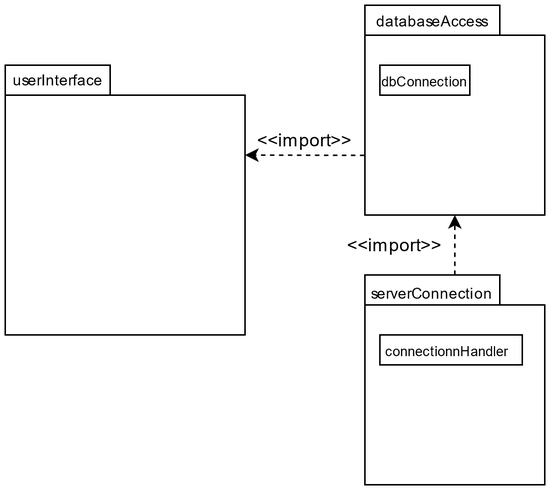
Lernni/E2-Anwesenheitserfassung-fuer-Modellflugplatz keeps this draw.io diagram as docs/architecture/images/Package_Diagram/package_diagram_terminal.png. Above is the earlier version. Source tidied: cells renumbered, new cells last; positions are measured from the earlier drawing's top-left corner, leaving out a move shared by most shapes.
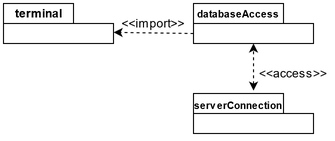
After the commit.

Commit message:
Paketdiagramm Terminal

Diff of the diagram source:
```diff
@@ -3,61 +3,49 @@
     <mxCell id="0" />
     <mxCell id="1" parent="0" />
     <mxCell id="2" style="rounded=0;whiteSpace=wrap;html=1;" parent="1" vertex="1">
-      <mxGeometry y="40" width="70" height="20" as="geometry" />
+      <mxGeometry x="50" y="40" width="70" height="20" as="geometry" />
     </mxCell>
-    <mxCell id="3" value="&lt;div style=&quot;font-size: 10px&quot;&gt;&lt;font style=&quot;font-size: 10px&quot;&gt;userInterface&lt;/font&gt;&lt;/div&gt;" style="text;html=1;strokeColor=none;fillColor=none;align=center;verticalAlign=middle;whiteSpace=wrap;rounded=0;" parent="1" vertex="1">
-      <mxGeometry x="7.5" y="40" width="55" height="20" as="geometry" />
+    <mxCell id="3" value="&lt;div&gt;terminal&lt;/div&gt;" style="text;html=1;strokeColor=none;fillColor=none;align=center;verticalAlign=middle;whiteSpace=wrap;rounded=0;fontStyle=1;" parent="1" vertex="1">
+      <mxGeometry x="57.5" y="40" width="55" height="20" as="geometry" />
     </mxCell>
-    <mxCell id="4" style="whiteSpace=wrap;html=1;" parent="1" vertex="1">
-      <mxGeometry x="240" y="20" width="120" height="120" as="geometry" />
-    </mxCell>
     <mxCell id="5" style="rounded=0;whiteSpace=wrap;html=1;" parent="1" vertex="1">
-      <mxGeometry x="240" width="90" height="20" as="geometry" />
+      <mxGeometry x="240" y="40" width="90" height="20" as="geometry" />
     </mxCell>
-    <mxCell id="6" style="whiteSpace=wrap;html=1;" parent="1" vertex="1">
-      <mxGeometry x="240" y="200" width="120" height="120" as="geometry" />
-    </mxCell>
     <mxCell id="7" style="rounded=0;whiteSpace=wrap;html=1;" parent="1" vertex="1">
-      <mxGeometry x="240" y="180" width="90" height="20" as="geometry" />
+      <mxGeometry x="240" y="130" width="90" height="20" as="geometry" />
     </mxCell>
-    <mxCell id="8" value="&lt;font style=&quot;font-size: 10px&quot;&gt;databaseAccess&lt;/font&gt;" style="text;html=1;strokeColor=none;fillColor=none;align=center;verticalAlign=middle;whiteSpace=wrap;rounded=0;" parent="1" vertex="1">
-      <mxGeometry x="265" width="40" height="20" as="geometry" />
+    <mxCell id="8" value="&lt;font style=&quot;font-size: 10px&quot;&gt;databaseAccess&lt;/font&gt;" style="text;html=1;strokeColor=none;fillColor=none;align=center;verticalAlign=middle;whiteSpace=wrap;rounded=0;fontStyle=1;" parent="1" vertex="1">
+      <mxGeometry x="265" y="40" width="40" height="20" as="geometry" />
     </mxCell>
-    <mxCell id="9" style="rounded=0;whiteSpace=wrap;html=1;" parent="1" vertex="1">
-      <mxGeometry x="250" y="40" width="60" height="20" as="geometry" />
-    </mxCell>
-    <mxCell id="10" value="&lt;font style=&quot;font-size: 9px&quot;&gt;dbConnection&lt;/font&gt;" style="text;html=1;strokeColor=none;fillColor=none;align=center;verticalAlign=middle;whiteSpace=wrap;rounded=0;" parent="1" vertex="1">
-      <mxGeometry x="220" y="40" width="120" height="20" as="geometry" />
-    </mxCell>
-    <mxCell id="11" value="&lt;div&gt;&lt;font style=&quot;font-size: 12px&quot;&gt;&lt;br&gt;&lt;/font&gt;&lt;/div&gt;&lt;div style=&quot;font-size: 10px&quot;&gt;&lt;font style=&quot;font-size: 10px&quot;&gt;serverConnection&lt;br&gt;&lt;/font&gt;&lt;/div&gt;" style="text;html=1;strokeColor=none;fillColor=none;align=center;verticalAlign=middle;whiteSpace=wrap;rounded=0;" parent="1" vertex="1">
-      <mxGeometry x="260" y="170" width="50" height="30" as="geometry" />
+    <mxCell id="11" value="&lt;div&gt;&lt;font style=&quot;font-size: 12px&quot;&gt;&lt;br&gt;&lt;/font&gt;&lt;/div&gt;&lt;div style=&quot;font-size: 10px&quot;&gt;&lt;font style=&quot;font-size: 10px&quot;&gt;serverConnection&lt;br&gt;&lt;/font&gt;&lt;/div&gt;" style="text;html=1;strokeColor=none;fillColor=none;align=center;verticalAlign=middle;whiteSpace=wrap;rounded=0;fontStyle=1;" parent="1" vertex="1">
+      <mxGeometry x="260" y="120" width="50" height="30" as="geometry" />
     </mxCell>
     <mxCell id="12" style="edgeStyle=orthogonalEdgeStyle;rounded=0;orthogonalLoop=1;jettySize=auto;html=1;exitX=0.5;exitY=1;exitDx=0;exitDy=0;" parent="1" edge="1">
       <mxGeometry relative="1" as="geometry">
-        <mxPoint x="285" y="197" as="sourcePoint" />
-        <mxPoint x="285" y="197" as="targetPoint" />
+        <mxPoint x="285" y="147" as="sourcePoint" />
+        <mxPoint x="285" y="147" as="targetPoint" />
       </mxGeometry>
     </mxCell>
-    <mxCell id="13" style="whiteSpace=wrap;html=1;" parent="1" vertex="1">
-      <mxGeometry y="60" width="160" height="160" as="geometry" />
-    </mxCell>
-    <mxCell id="14" style="endArrow=classic;html=1;rounded=0;jumpStyle=none;dashed=1;entryX=1;entryY=0.25;entryDx=0;entryDy=0;exitX=-0.003;exitY=0.668;exitDx=0;exitDy=0;exitPerimeter=0;" parent="1" edge="1" source="4" target="13">
+    <mxCell id="14" style="endArrow=classic;html=1;rounded=0;jumpStyle=none;dashed=1;exitX=0;exitY=0.5;exitDx=0;exitDy=0;entryX=1.001;entryY=0.443;entryDx=0;entryDy=0;entryPerimeter=0;" parent="1" edge="1" source="21" target="20">
       <mxGeometry relative="1" as="geometry" />
     </mxCell>
-    <mxCell id="15" style="endArrow=classic;html=1;rounded=0;jumpStyle=none;dashed=1;entryX=0.5;entryY=1;entryDx=0;entryDy=0;exitX=0.8;exitY=0.333;exitDx=0;exitDy=0;exitPerimeter=0;" parent="1" edge="1" source="11" target="4">
-      <mxGeometry relative="1" as="geometry" />
-    </mxCell>
     <mxCell id="16" value="&amp;lt;&amp;lt;import&amp;gt;&amp;gt;" style="text;html=1;strokeColor=none;fillColor=none;align=center;verticalAlign=middle;whiteSpace=wrap;rounded=0;" parent="1" vertex="1">
-      <mxGeometry x="180" y="80" width="40" height="20" as="geometry" />
+      <mxGeometry x="180" y="50" width="40" height="20" as="geometry" />
     </mxCell>
-    <mxCell id="17" value="&amp;lt;&amp;lt;import&amp;gt;&amp;gt;" style="text;html=1;strokeColor=none;fillColor=none;align=center;verticalAlign=middle;whiteSpace=wrap;rounded=0;" parent="1" vertex="1">
-      <mxGeometry x="240" y="150" width="40" height="20" as="geometry" />
+    <mxCell id="17" value="&lt;div&gt;&amp;lt;&amp;lt;access&amp;gt;&amp;gt;&lt;/div&gt;" style="text;html=1;strokeColor=none;fillColor=none;align=center;verticalAlign=middle;whiteSpace=wrap;rounded=0;" parent="1" vertex="1">
+      <mxGeometry x="320" y="100" width="40" height="20" as="geometry" />
     </mxCell>
-    <mxCell id="18" style="rounded=0;whiteSpace=wrap;html=1;" parent="1" vertex="1">
-      <mxGeometry x="250" y="220" width="95" height="20" as="geometry" />
-    </mxCell>
-    <mxCell id="19" value="&lt;font style=&quot;font-size: 9px&quot;&gt;connectionnHandler&lt;/font&gt;" style="text;html=1;strokeColor=none;fillColor=none;align=center;verticalAlign=middle;whiteSpace=wrap;rounded=0;" parent="1" vertex="1">
-      <mxGeometry x="275" y="220" width="40" height="20" as="geometry" />
-    </mxCell>
+    <mxCell id="20" style="rounded=0;whiteSpace=wrap;html=1;" parent="1" vertex="1">
+      <mxGeometry x="50" y="60" width="110" height="20" as="geometry" />
+    </mxCell>
+    <mxCell id="21" style="rounded=0;whiteSpace=wrap;html=1;" parent="1" vertex="1">
+      <mxGeometry x="240" y="60" width="120" height="20" as="geometry" />
+    </mxCell>
+    <mxCell id="22" style="rounded=0;whiteSpace=wrap;html=1;" parent="1" vertex="1">
+      <mxGeometry x="240" y="150" width="120" height="20" as="geometry" />
+    </mxCell>
+    <mxCell id="23" style="endArrow=classic;startArrow=classic;html=1;entryX=0.5;entryY=1;entryDx=0;entryDy=0;exitX=0.667;exitY=-0.143;exitDx=0;exitDy=0;exitPerimeter=0;dashed=1;" parent="1" edge="1" source="7" target="21">
+      <mxGeometry relative="1" as="geometry" />
+    </mxCell>
   </root>
 </mxGraphModel>
```
